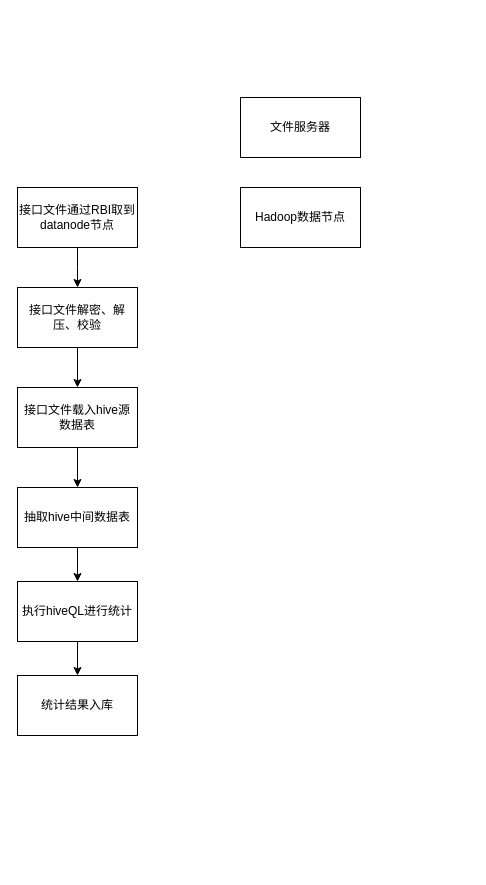
Above: 未命名表单2.drawio in baker635/tmp (draw.io), before the change. Source tidied: cells renumbered, new cells numbered last; positions are measured from the earlier drawing's top-left corner, leaving out a move shared by most shapes. Both pictures are drawn from the tidied source at 100%, with x=0, y=0 at pixel (17, 97).
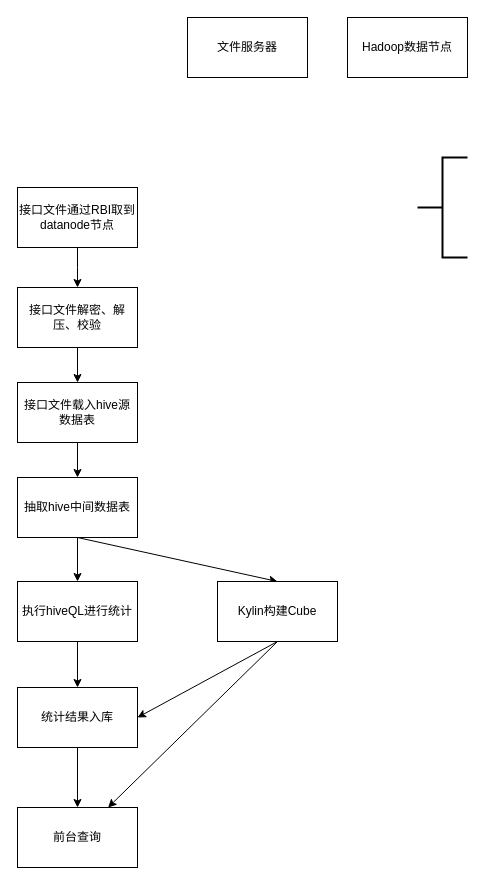
Above is the later version.

Commit message:
更新未命名表单2.drawio

The edit, as a diff of the source:
```diff
@@
     <mxCell id="3" value="接口文件&lt;span&gt;载入hive&lt;/span&gt;源数据表" style="rounded=0;whiteSpace=wrap;html=1;" parent="1" vertex="1">
-      <mxGeometry y="290" width="120" height="60" as="geometry" />
+      <mxGeometry y="285" width="120" height="60" as="geometry" />
     </mxCell>
@@
+    <mxCell id="15" style="rounded=0;jettySize=auto;html=1;exitX=0.5;exitY=1;exitDx=0;exitDy=0;entryX=0.5;entryY=0;entryDx=0;entryDy=0;" parent="1" edge="1" source="7" target="20">
+      <mxGeometry relative="1" as="geometry" />
+    </mxCell>
     <mxCell id="7" value="&lt;span&gt;抽取hive&lt;/span&gt;中间数据表" style="rounded=0;whiteSpace=wrap;html=1;" parent="1" vertex="1">
-      <mxGeometry y="390" width="120" height="60" as="geometry" />
+      <mxGeometry y="380" width="120" height="60" as="geometry" />
     </mxCell>
@@
+    <mxCell id="16" style="edgeStyle=none;rounded=0;jettySize=auto;html=1;exitX=0.5;exitY=1;exitDx=0;exitDy=0;entryX=0.5;entryY=0;entryDx=0;entryDy=0;" parent="1" edge="1" source="10" target="21">
+      <mxGeometry relative="1" as="geometry" />
+    </mxCell>
     <mxCell id="10" value="统计结果入库" style="rounded=0;whiteSpace=wrap;html=1;" parent="1" vertex="1">
-      <mxGeometry y="578" width="120" height="60" as="geometry" />
+      <mxGeometry y="590" width="120" height="60" as="geometry" />
     </mxCell>
@@
     <mxCell id="13" value="Hadoop数据节点" style="rounded=0;whiteSpace=wrap;html=1;" parent="1" vertex="1">
-      <mxGeometry x="223" y="90" width="120" height="60" as="geometry" />
+      <mxGeometry x="330" y="-80" width="120" height="60" as="geometry" />
     </mxCell>
     <mxCell id="14" value="文件服务器" style="rounded=0;whiteSpace=wrap;html=1;" parent="1" vertex="1">
-      <mxGeometry x="223" width="120" height="60" as="geometry" />
+      <mxGeometry x="170" y="-80" width="120" height="60" as="geometry" />
     </mxCell>
+    <mxCell id="17" style="strokeWidth=2;html=1;shape=mxgraph.flowchart.annotation_2;align=left;" parent="1" vertex="1">
+      <mxGeometry x="400" y="60" width="50" height="100" as="geometry" />
+    </mxCell>
+    <mxCell id="18" style="edgeStyle=none;rounded=0;jettySize=auto;html=1;exitX=0.5;exitY=1;exitDx=0;exitDy=0;" parent="1" edge="1" source="20" target="21">
+      <mxGeometry relative="1" as="geometry" />
+    </mxCell>
+    <mxCell id="19" style="edgeStyle=none;rounded=0;jettySize=auto;html=1;exitX=0.5;exitY=1;exitDx=0;exitDy=0;entryX=1;entryY=0.5;entryDx=0;entryDy=0;" parent="1" edge="1" source="20" target="10">
+      <mxGeometry relative="1" as="geometry" />
+    </mxCell>
+    <mxCell id="20" value="Kylin构建Cube" style="rounded=0;whiteSpace=wrap;html=1;" parent="1" vertex="1">
+      <mxGeometry x="200" y="484" width="120" height="60" as="geometry" />
+    </mxCell>
+    <mxCell id="21" value="前台查询" style="rounded=0;whiteSpace=wrap;html=1;" parent="1" vertex="1">
+      <mxGeometry y="710" width="120" height="60" as="geometry" />
+    </mxCell>
```
